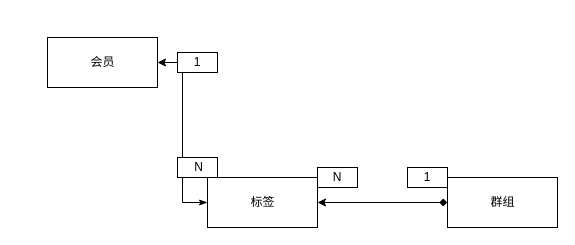
Above: UserGroup.drawio in nomouse/learn (draw.io), before the change. Source tidied: cells renumbered, new cells numbered last; positions are measured from the earlier drawing's top-left corner, leaving out a move shared by most shapes. Both pictures are drawn from the tidied source at 100%, with x=0, y=0 at pixel (47, 37).
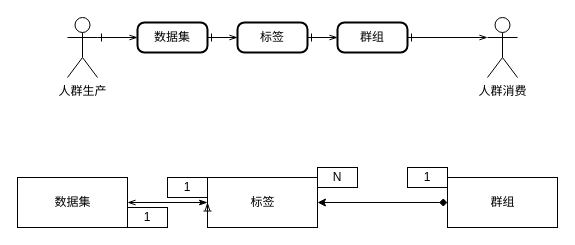
The same diagram, later.

The change refers to these unchanged cells:
```xml
<mxCell id="4" value="标签" style="html=1;" parent="1" vertex="1">
  <mxGeometry x="160" y="140" width="110" height="50" as="geometry" />
</mxCell>
```

Diff of the diagram source:
```diff
@@
-    <mxCell id="2" value="会员" style="html=1;" parent="1" vertex="1">
-      <mxGeometry width="110" height="50" as="geometry" />
-    </mxCell>
-    <mxCell id="3" style="edgeStyle=orthogonalEdgeStyle;rounded=0;jettySize=auto;html=1;exitX=0;exitY=0.5;exitDx=0;exitDy=0;entryX=1;entryY=0.5;entryDx=0;entryDy=0;startArrow=classicThin;startFill=1;" parent="1" edge="1" source="4" target="2">
-      <mxGeometry relative="1" as="geometry" />
-    </mxCell>
+    <mxCell id="11" style="rounded=0;jettySize=auto;html=1;entryX=1;entryY=0.5;entryDx=0;entryDy=0;startArrow=classicThin;startFill=1;strokeColor=#000000;endArrow=openThin;endFill=0;" parent="1" edge="1" target="12">
+      <mxGeometry relative="1" as="geometry">
+        <mxPoint x="160" y="165" as="sourcePoint" />
+      </mxGeometry>
+    </mxCell>
@@
-    <mxCell id="7" value="1" style="whiteSpace=wrap;html=1;" parent="1" vertex="1">
-      <mxGeometry x="130" y="15" width="40" height="20" as="geometry" />
-    </mxCell>
-    <mxCell id="8" value="&amp;nbsp;N" style="whiteSpace=wrap;html=1;" parent="1" vertex="1">
-      <mxGeometry x="130" y="120" width="40" height="20" as="geometry" />
-    </mxCell>
@@
+    <mxCell id="12" value="数据集" style="html=1;" parent="1" vertex="1">
+      <mxGeometry x="-30" y="140" width="110" height="50" as="geometry" />
+    </mxCell>
+    <mxCell id="13" value="1" style="whiteSpace=wrap;html=1;" parent="1" vertex="1">
+      <mxGeometry x="80" y="170" width="40" height="20" as="geometry" />
+    </mxCell>
+    <mxCell id="14" value="1" style="whiteSpace=wrap;html=1;" parent="1" vertex="1">
+      <mxGeometry x="120" y="140" width="40" height="20" as="geometry" />
+    </mxCell>
+    <mxCell id="15" style="edgeStyle=none;rounded=0;jettySize=auto;html=1;exitX=1;exitY=0.5;exitDx=0;exitDy=0;entryX=0;entryY=0.5;entryDx=0;entryDy=0;startArrow=ERone;startFill=0;endArrow=openThin;endFill=0;strokeColor=#000000;" parent="1" edge="1" source="16" target="21">
+      <mxGeometry relative="1" as="geometry" />
+    </mxCell>
+    <mxCell id="16" value="数据集" style="rounded=1;whiteSpace=wrap;html=1;absoluteArcSize=1;arcSize=14;strokeWidth=2;" parent="1" vertex="1">
+      <mxGeometry x="90" y="-15" width="70" height="30" as="geometry" />
+    </mxCell>
+    <mxCell id="17" style="edgeStyle=none;rounded=0;jettySize=auto;html=1;exitX=1;exitY=0.3333333333333333;exitDx=0;exitDy=0;exitPerimeter=0;entryX=0;entryY=0.5;entryDx=0;entryDy=0;startArrow=ERone;startFill=0;endArrow=openThin;endFill=0;strokeColor=#000000;" parent="1" edge="1" source="18" target="16">
+      <mxGeometry relative="1" as="geometry" />
+    </mxCell>
+    <mxCell id="18" value="人群生产" style="shape=umlActor;verticalLabelPosition=bottom;verticalAlign=top;html=1;" parent="1" vertex="1">
+      <mxGeometry x="20" y="-20" width="30" height="60" as="geometry" />
+    </mxCell>
+    <mxCell id="19" value="人群消费" style="shape=umlActor;verticalLabelPosition=bottom;verticalAlign=top;html=1;" parent="1" vertex="1">
+      <mxGeometry x="440" y="-20" width="30" height="60" as="geometry" />
+    </mxCell>
+    <mxCell id="20" style="edgeStyle=none;rounded=0;jettySize=auto;html=1;exitX=1;exitY=0.5;exitDx=0;exitDy=0;entryX=0;entryY=0.5;entryDx=0;entryDy=0;startArrow=ERone;startFill=0;endArrow=openThin;endFill=0;strokeColor=#000000;" parent="1" edge="1" source="21" target="23">
+      <mxGeometry relative="1" as="geometry" />
+    </mxCell>
+    <mxCell id="21" value="标签" style="rounded=1;whiteSpace=wrap;html=1;absoluteArcSize=1;arcSize=14;strokeWidth=2;" parent="1" vertex="1">
+      <mxGeometry x="190" y="-15" width="70" height="30" as="geometry" />
+    </mxCell>
+    <mxCell id="22" style="edgeStyle=none;rounded=0;jettySize=auto;html=1;exitX=1;exitY=0.5;exitDx=0;exitDy=0;entryX=0;entryY=0.3333333333333333;entryDx=0;entryDy=0;entryPerimeter=0;startArrow=ERone;startFill=0;endArrow=openThin;endFill=0;strokeColor=#000000;" parent="1" edge="1" source="23" target="19">
+      <mxGeometry relative="1" as="geometry" />
+    </mxCell>
+    <mxCell id="23" value="群组" style="rounded=1;whiteSpace=wrap;html=1;absoluteArcSize=1;arcSize=14;strokeWidth=2;" parent="1" vertex="1">
+      <mxGeometry x="290" y="-15" width="70" height="30" as="geometry" />
+    </mxCell>
+    <mxCell id="24" style="edgeStyle=none;rounded=0;orthogonalLoop=1;jettySize=auto;html=1;exitX=0;exitY=0.75;exitDx=0;exitDy=0;entryX=0;entryY=0.5;entryDx=0;entryDy=0;startArrow=ERone;startFill=0;endArrow=openThin;endFill=0;strokeColor=#000000;" parent="1" edge="1" source="4" target="4">
+      <mxGeometry relative="1" as="geometry" />
+    </mxCell>
```
